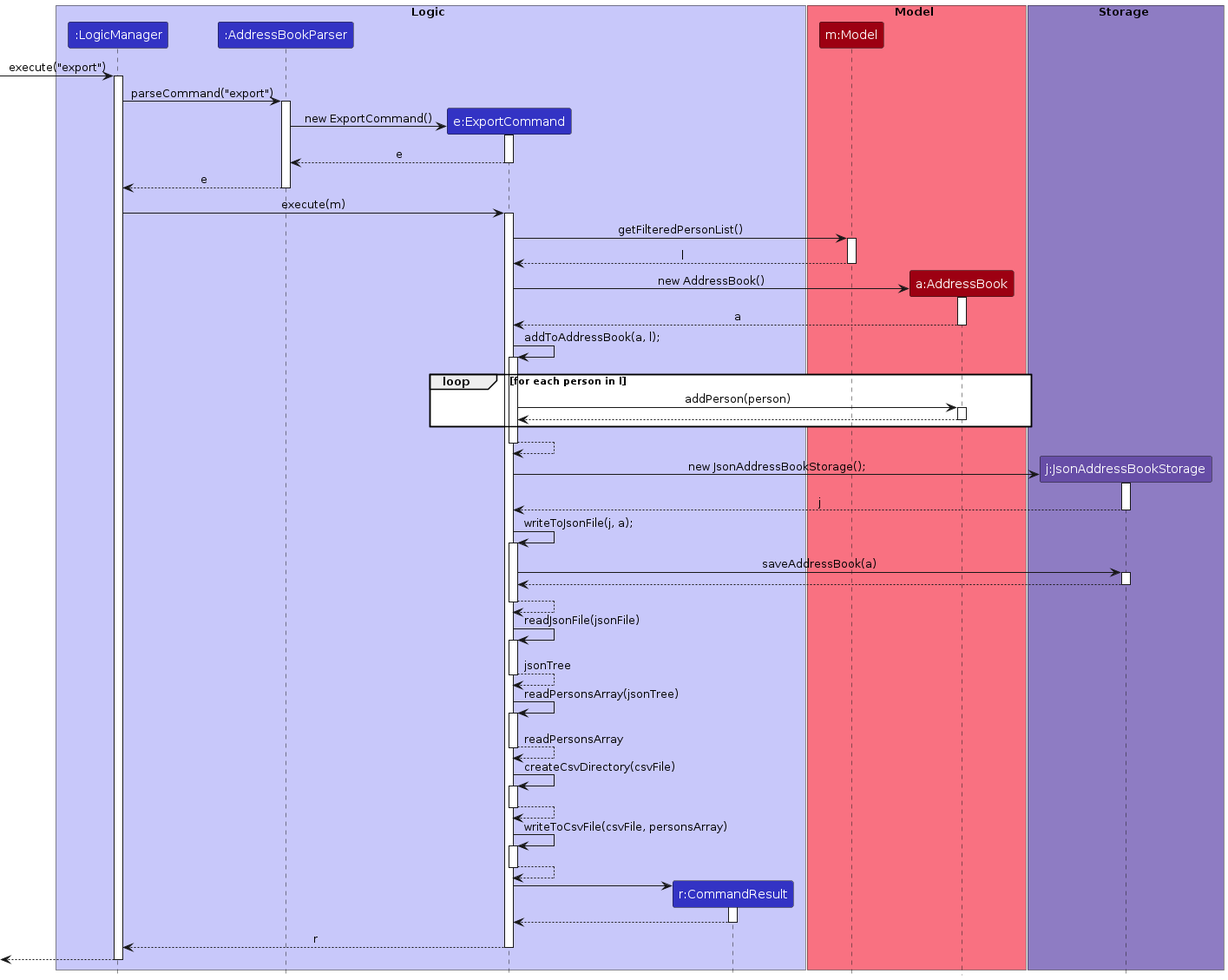
AY2324S2-CS2103T-T10-1/tp keeps this PlantUML diagram as diagrams/ExportSequenceDiagram.png. Above is the earlier version. Its source is kept beside it as diagrams/ExportSequenceDiagram.puml.
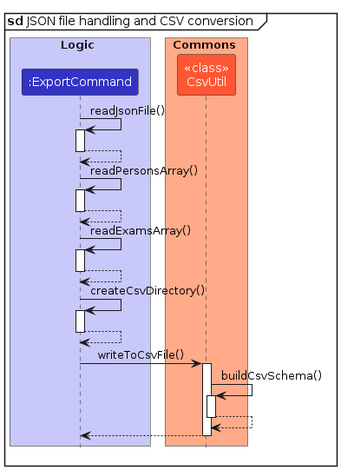
Above is the later version.

Diff of the diagram source:
```diff
@@ -3,122 +3,49 @@
 skinparam ArrowFontStyle plain
 
 box Logic LOGIC_COLOR_T1
-participant ":LogicManager" as LogicManager LOGIC_COLOR
-participant ":AddressBookParser" as AddressBookParser LOGIC_COLOR
-participant "e:ExportCommand" as ExportCommand LOGIC_COLOR
-participant "r:CommandResult" as CommandResult LOGIC_COLOR
+participant ":ExportCommand" as ExportCommand LOGIC_COLOR
 end box
 
-box Model MODEL_COLOR_T1
-participant "m:Model" as Model MODEL_COLOR
-participant "a:AddressBook" as AddressBook MODEL_COLOR
+box Commons COMMONS_COLOR_T1
+participant "<<class>>\nCsvUtil" as CsvUtil COMMONS_COLOR
 end box
 
-box Storage STORAGE_COLOR_T1
-participant "j:JsonAddressBookStorage" as JsonAddressBookStorage STORAGE_COLOR
-end box
+mainframe **sd** JSON file handling and CSV conversion <U+0020>
 
-[-> LogicManager : execute("export")
-activate LogicManager
-
-LogicManager -> AddressBookParser : parseCommand("export")
-activate AddressBookParser
-
-create ExportCommand
-AddressBookParser -> ExportCommand : new ExportCommand()
-activate ExportCommand
-
-ExportCommand --> AddressBookParser : e
-deactivate ExportCommand
-
-AddressBookParser --> LogicManager : e
-deactivate AddressBookParser
-
-LogicManager -> ExportCommand : execute(m)
-activate ExportCommand
-
-ExportCommand -> Model : getFilteredPersonList()
-activate Model
-
-Model --> ExportCommand : l
-deactivate Model
-
-create AddressBook
-ExportCommand -> AddressBook : new AddressBook()
-activate AddressBook
-
-AddressBook --> ExportCommand : a
-deactivate AddressBook
-
-ExportCommand -> ExportCommand : addToAddressBook(a, l);
-activate ExportCommand
-
-loop for each person in l
-
-    ExportCommand -> AddressBook : addPerson(person)
-    activate AddressBook
-
-    AddressBook --> ExportCommand
-    deactivate AddressBook
-
-end
-
-ExportCommand --> ExportCommand
-deactivate ExportCommand
-
-create JsonAddressBookStorage
-ExportCommand -> JsonAddressBookStorage : new JsonAddressBookStorage();
-activate JsonAddressBookStorage
-
-JsonAddressBookStorage --> ExportCommand : j
-deactivate JsonAddressBookStorage
-
-ExportCommand -> ExportCommand : writeToJsonFile(j, a);
-activate ExportCommand
-
-ExportCommand -> JsonAddressBookStorage : saveAddressBook(a)
-activate JsonAddressBookStorage
-
-JsonAddressBookStorage --> ExportCommand
-deactivate JsonAddressBookStorage
-
-ExportCommand --> ExportCommand
-deactivate ExportCommand
-
-ExportCommand -> ExportCommand : readJsonFile(jsonFile)
-activate ExportCommand
-
-ExportCommand --> ExportCommand : jsonTree
-deactivate ExportCommand
-
-ExportCommand -> ExportCommand : readPersonsArray(jsonTree)
-activate ExportCommand
-
-ExportCommand --> ExportCommand : readPersonsArray
-deactivate ExportCommand
-
-ExportCommand -> ExportCommand : createCsvDirectory(csvFile)
+ExportCommand -> ExportCommand : readJsonFile()
 activate ExportCommand
 
 ExportCommand --> ExportCommand
 deactivate ExportCommand
 
-ExportCommand -> ExportCommand : writeToCsvFile(csvFile, personsArray)
+ExportCommand -> ExportCommand : readPersonsArray()
 activate ExportCommand
 
 ExportCommand --> ExportCommand
 deactivate ExportCommand
 
-create CommandResult
-ExportCommand -> CommandResult
-activate CommandResult
+ExportCommand -> ExportCommand : readExamsArray()
+activate ExportCommand
 
-CommandResult --> ExportCommand
-deactivate CommandResult
-
-ExportCommand --> LogicManager : r
+ExportCommand --> ExportCommand
 deactivate ExportCommand
 
-[<--LogicManager
-deactivate LogicManager
+ExportCommand -> ExportCommand : createCsvDirectory()
+activate ExportCommand
+
+ExportCommand --> ExportCommand
+deactivate ExportCommand
+
+ExportCommand -> CsvUtil : writeToCsvFile()
+activate CsvUtil
+
+CsvUtil -> CsvUtil : buildCsvSchema()
+activate CsvUtil
+
+CsvUtil --> CsvUtil
+deactivate CsvUtil
+
+CsvUtil --> ExportCommand
+deactivate CsvUtil
+
 @enduml
```
